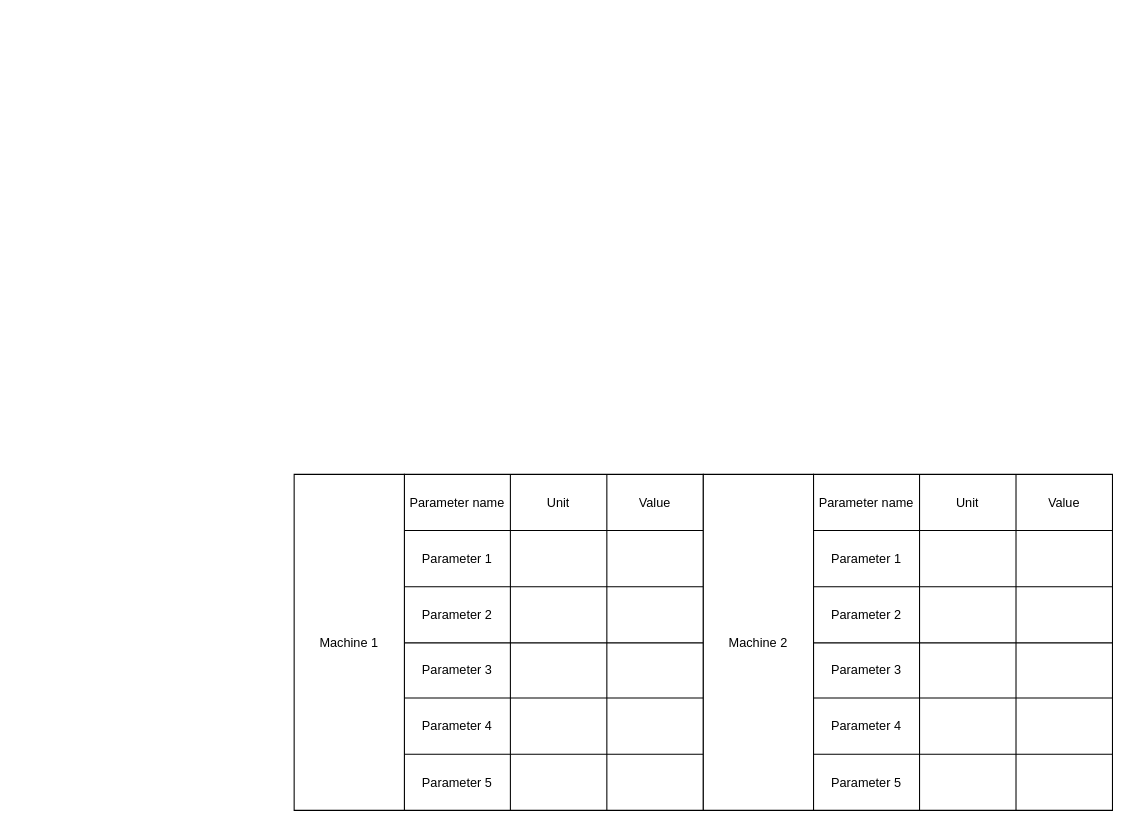
Above: Machining parameters.drawio in amerezoji1362/drawio-github (draw.io), before the change. Source tidied: cells renumbered, new cells numbered last; positions are measured from the earlier drawing's top-left corner, leaving out a move shared by most shapes. Both pictures are drawn from the tidied source at 106%, with x=0, y=0 at pixel (294, 474).
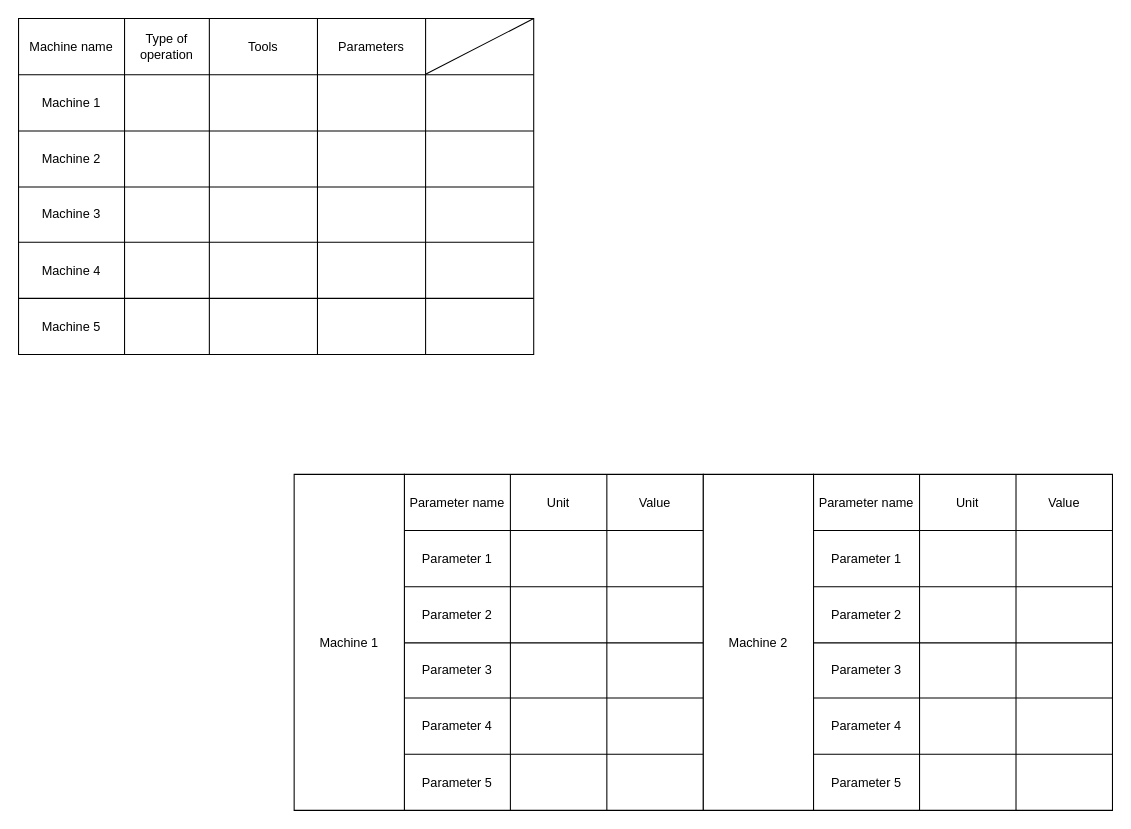
The same page after the edit.

The edit, as a diff of the source:
```diff
@@
+    <mxCell id="58" style="shape=table;startSize=0;childLayout=tableLayout;" parent="1" vertex="1">
+      <mxGeometry x="-260" y="-430" width="486" height="317" as="geometry" />
+    </mxCell>
+    <mxCell id="59" style="shape=partialRectangle;fillColor=none;top=0;left=0;bottom=0;right=0;points=[[0,0.5],[1,0.5]];portConstraint=eastwest;" parent="58" vertex="1">
+      <mxGeometry width="486" height="53" as="geometry" />
+    </mxCell>
+    <mxCell id="60" value="Machine name" style="shape=partialRectangle;html=1;whiteSpace=wrap;overflow=hidden;fillColor=none;top=0;left=0;bottom=0;right=0;" parent="59" vertex="1">
+      <mxGeometry width="100" height="53" as="geometry" />
+    </mxCell>
+    <mxCell id="61" value="Type of operation" style="shape=partialRectangle;html=1;whiteSpace=wrap;overflow=hidden;fillColor=none;top=0;left=0;bottom=0;right=0;" parent="59" vertex="1">
+      <mxGeometry x="100" width="80" height="53" as="geometry" />
+    </mxCell>
+    <mxCell id="62" value="Tools" style="shape=partialRectangle;html=1;whiteSpace=wrap;overflow=hidden;fillColor=none;top=0;left=0;bottom=0;right=0;" parent="59" vertex="1">
+      <mxGeometry x="180" width="102" height="53" as="geometry" />
+    </mxCell>
+    <mxCell id="63" value="Parameters" style="shape=partialRectangle;html=1;whiteSpace=wrap;overflow=hidden;fillColor=none;top=0;left=0;bottom=0;right=0;" parent="59" vertex="1">
+      <mxGeometry x="282" width="102" height="53" as="geometry" />
+    </mxCell>
+    <mxCell id="64" style="shape=partialRectangle;html=1;whiteSpace=wrap;overflow=hidden;fillColor=none;top=0;left=0;bottom=0;right=0;" parent="59" vertex="1">
+      <mxGeometry x="384" width="102" height="53" as="geometry" />
+    </mxCell>
+    <mxCell id="65" style="shape=partialRectangle;fillColor=none;top=0;left=0;bottom=0;right=0;" parent="58" vertex="1">
+      <mxGeometry y="53" width="486" height="53" as="geometry" />
+    </mxCell>
+    <mxCell id="66" value="Machine 1" style="shape=partialRectangle;html=1;whiteSpace=wrap;overflow=hidden;fillColor=none;top=0;left=0;bottom=0;right=0;" parent="65" vertex="1">
+      <mxGeometry width="100" height="53" as="geometry" />
+    </mxCell>
+    <mxCell id="67" style="shape=partialRectangle;html=1;whiteSpace=wrap;overflow=hidden;fillColor=none;top=0;left=0;bottom=0;right=0;" parent="65" vertex="1">
+      <mxGeometry x="100" width="80" height="53" as="geometry" />
+    </mxCell>
+    <mxCell id="68" style="shape=partialRectangle;html=1;whiteSpace=wrap;overflow=hidden;fillColor=none;top=0;left=0;bottom=0;right=0;" parent="65" vertex="1">
+      <mxGeometry x="180" width="102" height="53" as="geometry" />
+    </mxCell>
+    <mxCell id="69" style="shape=partialRectangle;html=1;whiteSpace=wrap;overflow=hidden;fillColor=none;top=0;left=0;bottom=0;right=0;" parent="65" vertex="1">
+      <mxGeometry x="282" width="102" height="53" as="geometry" />
+    </mxCell>
+    <mxCell id="70" style="shape=partialRectangle;html=1;whiteSpace=wrap;overflow=hidden;fillColor=none;top=0;left=0;bottom=0;right=0;" parent="65" vertex="1">
+      <mxGeometry x="384" width="102" height="53" as="geometry" />
+    </mxCell>
+    <mxCell id="71" style="shape=partialRectangle;fillColor=none;top=0;left=0;bottom=0;right=0;" parent="58" vertex="1">
+      <mxGeometry y="106" width="486" height="53" as="geometry" />
+    </mxCell>
+    <mxCell id="72" value="Machine 2" style="shape=partialRectangle;html=1;whiteSpace=wrap;overflow=hidden;fillColor=none;top=0;left=0;bottom=0;right=0;" parent="71" vertex="1">
+      <mxGeometry width="100" height="53" as="geometry" />
+    </mxCell>
+    <mxCell id="73" style="shape=partialRectangle;html=1;whiteSpace=wrap;overflow=hidden;fillColor=none;top=0;left=0;bottom=0;right=0;" parent="71" vertex="1">
+      <mxGeometry x="100" width="80" height="53" as="geometry" />
+    </mxCell>
+    <mxCell id="74" style="shape=partialRectangle;html=1;whiteSpace=wrap;overflow=hidden;fillColor=none;top=0;left=0;bottom=0;right=0;" parent="71" vertex="1">
+      <mxGeometry x="180" width="102" height="53" as="geometry" />
+    </mxCell>
+    <mxCell id="75" style="shape=partialRectangle;html=1;whiteSpace=wrap;overflow=hidden;fillColor=none;top=0;left=0;bottom=0;right=0;" parent="71" vertex="1">
+      <mxGeometry x="282" width="102" height="53" as="geometry" />
+    </mxCell>
+    <mxCell id="76" style="shape=partialRectangle;html=1;whiteSpace=wrap;overflow=hidden;fillColor=none;top=0;left=0;bottom=0;right=0;" parent="71" vertex="1">
+      <mxGeometry x="384" width="102" height="53" as="geometry" />
+    </mxCell>
+    <mxCell id="77" style="shape=partialRectangle;fillColor=none;top=0;left=0;bottom=0;right=0;" parent="58" vertex="1">
+      <mxGeometry y="159" width="486" height="52" as="geometry" />
+    </mxCell>
+    <mxCell id="78" value="Machine 3" style="shape=partialRectangle;html=1;whiteSpace=wrap;overflow=hidden;fillColor=none;top=0;left=0;bottom=0;right=0;" parent="77" vertex="1">
+      <mxGeometry width="100" height="52" as="geometry" />
+    </mxCell>
+    <mxCell id="79" style="shape=partialRectangle;html=1;whiteSpace=wrap;overflow=hidden;fillColor=none;top=0;left=0;bottom=0;right=0;" parent="77" vertex="1">
+      <mxGeometry x="100" width="80" height="52" as="geometry" />
+    </mxCell>
+    <mxCell id="80" style="shape=partialRectangle;html=1;whiteSpace=wrap;overflow=hidden;fillColor=none;top=0;left=0;bottom=0;right=0;" parent="77" vertex="1">
+      <mxGeometry x="180" width="102" height="52" as="geometry" />
+    </mxCell>
+    <mxCell id="81" style="shape=partialRectangle;html=1;whiteSpace=wrap;overflow=hidden;fillColor=none;top=0;left=0;bottom=0;right=0;" parent="77" vertex="1">
+      <mxGeometry x="282" width="102" height="52" as="geometry" />
+    </mxCell>
+    <mxCell id="82" style="shape=partialRectangle;html=1;whiteSpace=wrap;overflow=hidden;fillColor=none;top=0;left=0;bottom=0;right=0;" parent="77" vertex="1">
+      <mxGeometry x="384" width="102" height="52" as="geometry" />
+    </mxCell>
+    <mxCell id="83" style="shape=partialRectangle;fillColor=none;top=0;left=0;bottom=0;right=0;" parent="58" vertex="1">
+      <mxGeometry y="211" width="486" height="53" as="geometry" />
+    </mxCell>
+    <mxCell id="84" value="Machine 4" style="shape=partialRectangle;html=1;whiteSpace=wrap;overflow=hidden;fillColor=none;top=0;left=0;bottom=0;right=0;" parent="83" vertex="1">
+      <mxGeometry width="100" height="53" as="geometry" />
+    </mxCell>
+    <mxCell id="85" style="shape=partialRectangle;html=1;whiteSpace=wrap;overflow=hidden;fillColor=none;top=0;left=0;bottom=0;right=0;" parent="83" vertex="1">
+      <mxGeometry x="100" width="80" height="53" as="geometry" />
+    </mxCell>
+    <mxCell id="86" style="shape=partialRectangle;html=1;whiteSpace=wrap;overflow=hidden;fillColor=none;top=0;left=0;bottom=0;right=0;" parent="83" vertex="1">
+      <mxGeometry x="180" width="102" height="53" as="geometry" />
+    </mxCell>
+    <mxCell id="87" style="shape=partialRectangle;html=1;whiteSpace=wrap;overflow=hidden;fillColor=none;top=0;left=0;bottom=0;right=0;" parent="83" vertex="1">
+      <mxGeometry x="282" width="102" height="53" as="geometry" />
+    </mxCell>
+    <mxCell id="88" style="shape=partialRectangle;html=1;whiteSpace=wrap;overflow=hidden;fillColor=none;top=0;left=0;bottom=0;right=0;" parent="83" vertex="1">
+      <mxGeometry x="384" width="102" height="53" as="geometry" />
+    </mxCell>
+    <mxCell id="89" style="shape=partialRectangle;fillColor=none;top=0;left=0;bottom=0;right=0;" parent="58" vertex="1">
+      <mxGeometry y="264" width="486" height="53" as="geometry" />
+    </mxCell>
+    <mxCell id="90" value="Machine 5" style="shape=partialRectangle;html=1;whiteSpace=wrap;overflow=hidden;fillColor=none;top=0;left=0;bottom=0;right=0;" parent="89" vertex="1">
+      <mxGeometry width="100" height="53" as="geometry" />
+    </mxCell>
+    <mxCell id="91" style="shape=partialRectangle;html=1;whiteSpace=wrap;overflow=hidden;fillColor=none;top=0;left=0;bottom=0;right=0;" parent="89" vertex="1">
+      <mxGeometry x="100" width="80" height="53" as="geometry" />
+    </mxCell>
+    <mxCell id="92" style="shape=partialRectangle;html=1;whiteSpace=wrap;overflow=hidden;fillColor=none;top=0;left=0;bottom=0;right=0;" parent="89" vertex="1">
+      <mxGeometry x="180" width="102" height="53" as="geometry" />
+    </mxCell>
+    <mxCell id="93" style="shape=partialRectangle;html=1;whiteSpace=wrap;overflow=hidden;fillColor=none;top=0;left=0;bottom=0;right=0;" parent="89" vertex="1">
+      <mxGeometry x="282" width="102" height="53" as="geometry" />
+    </mxCell>
+    <mxCell id="94" style="shape=partialRectangle;html=1;whiteSpace=wrap;overflow=hidden;fillColor=none;top=0;left=0;bottom=0;right=0;" parent="89" vertex="1">
+      <mxGeometry x="384" width="102" height="53" as="geometry" />
+    </mxCell>
+    <mxCell id="95" style="endArrow=none;html=1;exitX=0.791;exitY=0.987;exitDx=0;exitDy=0;exitPerimeter=0;" parent="1" edge="1" source="59">
+      <mxGeometry relative="1" as="geometry">
+        <mxPoint x="226" y="-430" as="targetPoint" />
+      </mxGeometry>
+    </mxCell>
```
